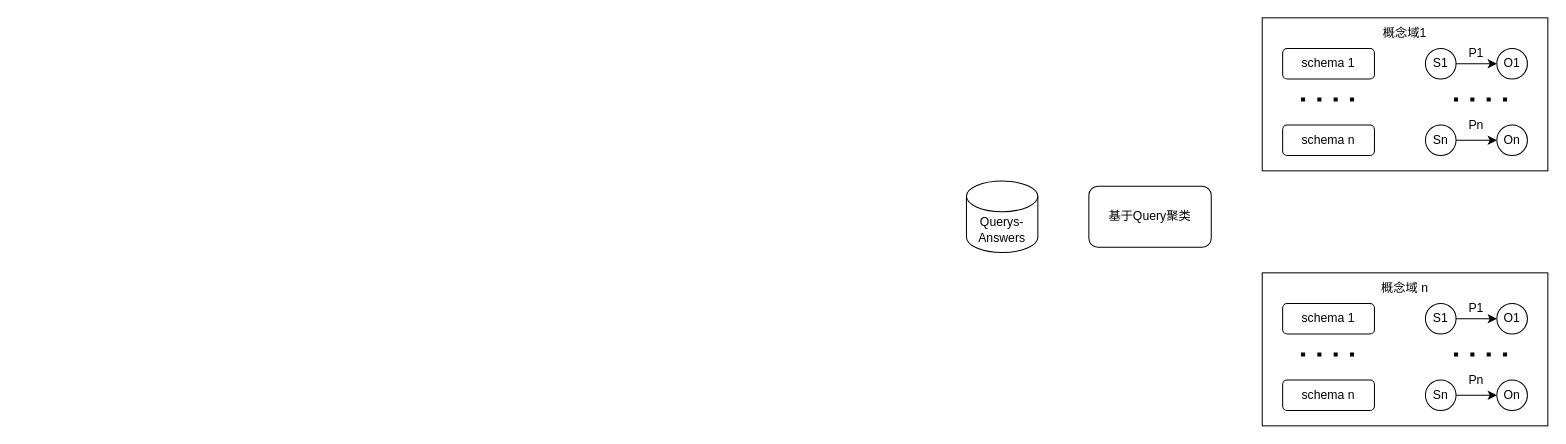
This is 知识拆条框架.drawio from ZhangHammer/ZhangHammer, a draw.io file, before an edit. Source tidied: cells renumbered, new cells numbered last; positions are measured from the earlier drawing's top-left corner, leaving out a move shared by most shapes. Both pictures are drawn from the tidied source at 102%, with x=0, y=0 at pixel (966, 17).
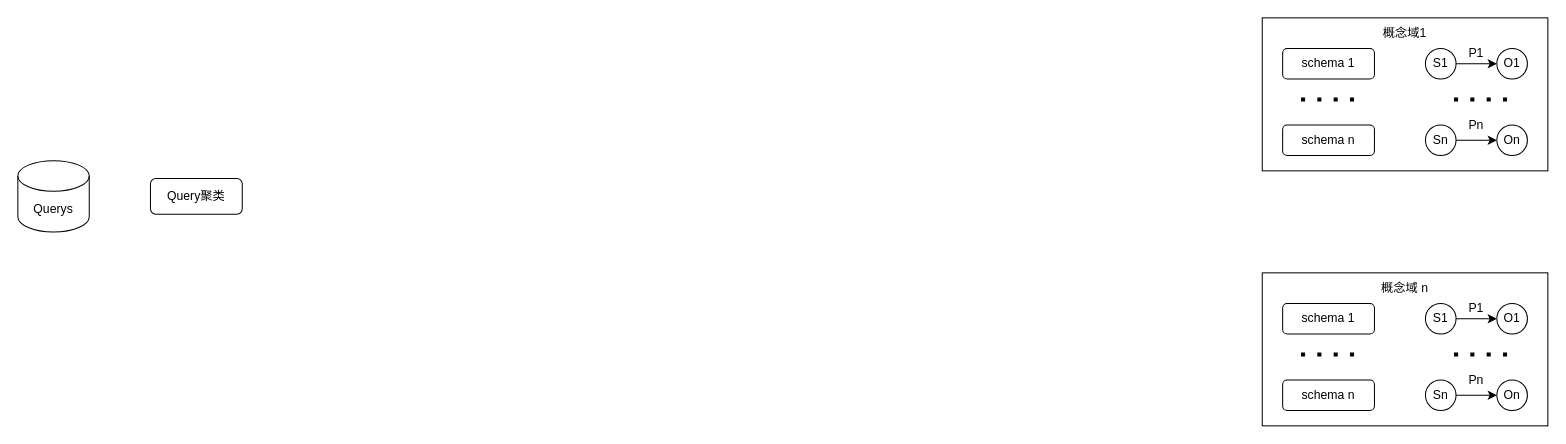
Above is the later version.

Commit message (it also covers changes not shown here):
知识拆条框架.drawio

The edit, as a diff of the source:
```diff
@@
-    <mxCell id="2" value="Querys-Answers" style="shape=cylinder3;whiteSpace=wrap;html=1;boundedLbl=1;backgroundOutline=1;size=15;" parent="1" vertex="1">
-      <mxGeometry y="160" width="70" height="70" as="geometry" />
+    <mxCell id="2" value="Querys" style="shape=cylinder3;whiteSpace=wrap;html=1;boundedLbl=1;backgroundOutline=1;size=15;" parent="1" vertex="1">
+      <mxGeometry x="-930" y="140" width="70" height="70" as="geometry" />
     </mxCell>
-    <mxCell id="3" value="基于Query聚类" style="rounded=1;whiteSpace=wrap;html=1;" parent="1" vertex="1">
-      <mxGeometry x="120" y="165" width="120" height="60" as="geometry" />
+    <mxCell id="3" value="Query聚类" style="rounded=1;whiteSpace=wrap;html=1;" parent="1" vertex="1">
+      <mxGeometry x="-800" y="157.5" width="90" height="35" as="geometry" />
     </mxCell>
```
